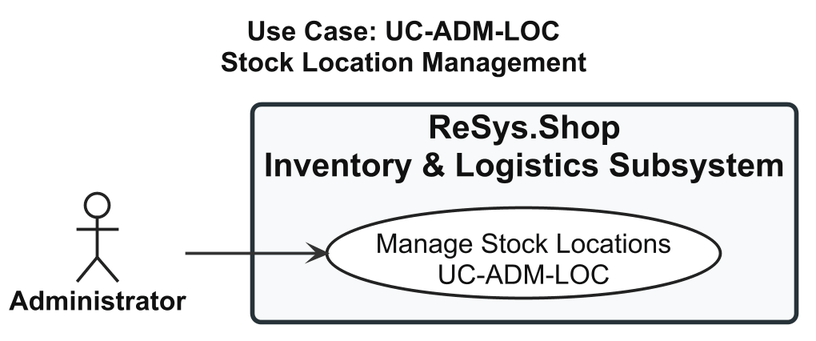
Above: thesis/figures/chapters/part2/ch2-design/02-use-cases/diagrams/P2S2.2.2_usecase-stock-location-management.png in qingfa-dev/ReSys.Shop (PlantUML), before the change.
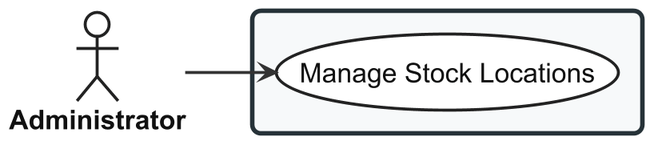
The same diagram one commit later.

The edit, as a diff of the source:
```diff
@@ -56,13 +56,12 @@
 
 </style>
 
-title Use Case: UC-ADM-LOC\nStock Location Management
 
 actor "Administrator" as Admin
 
-rectangle "ReSys.Shop\nInventory & Logistics Subsystem" {
+rectangle {
 
-  usecase "Manage Stock Locations\nUC-ADM-LOC" as UC_MAIN
+  usecase "Manage Stock Locations" as UC_MAIN
 
 }
 
```
